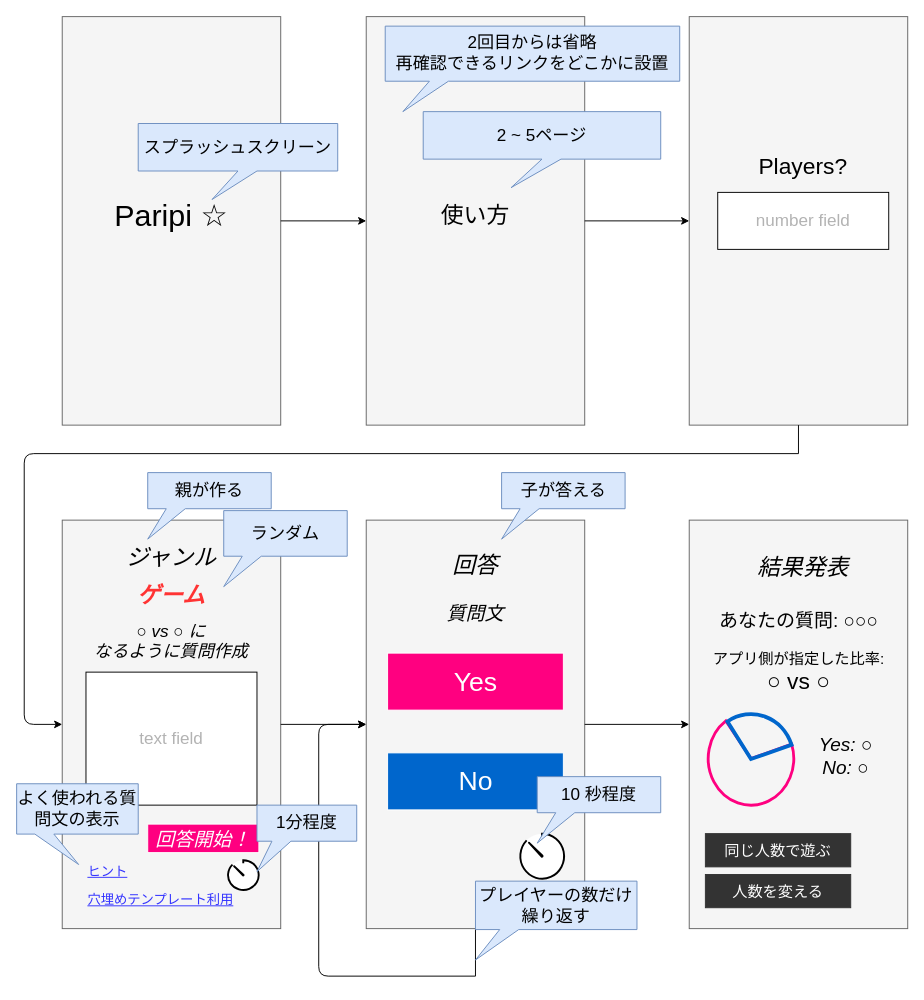
Above: documentations/wireframe/partytion-mock.drawio in naruhiyo/partytion (draw.io), before the change. Source tidied: cells renumbered, new cells numbered last; positions are measured from the earlier drawing's top-left corner, leaving out a move shared by most shapes. Both pictures are drawn from the tidied source at 95%, with x=0, y=0 at pixel (5, 16).
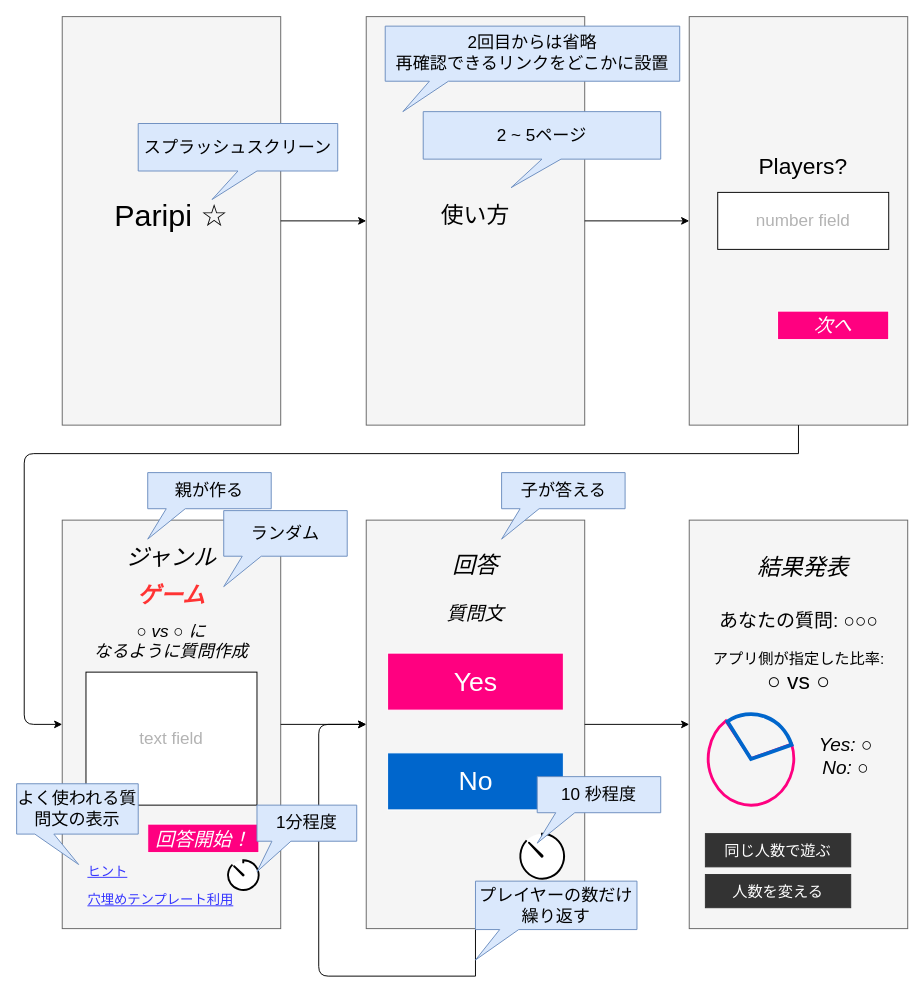
The same page after the edit.

Commit message:
Add next button on the Input players screen.

Change to the diagram source:
```diff
@@
+    <mxCell id="52" value="次へ" style="rounded=0;whiteSpace=wrap;html=1;labelBackgroundColor=none;strokeColor=#FFFFFF;fontColor=#FFFFFF;align=center;fillColor=#FF0080;labelBorderColor=none;fontSize=20;fontStyle=2;" parent="1" vertex="1">
+      <mxGeometry x="813" y="310" width="117" height="30" as="geometry" />
+    </mxCell>
```
